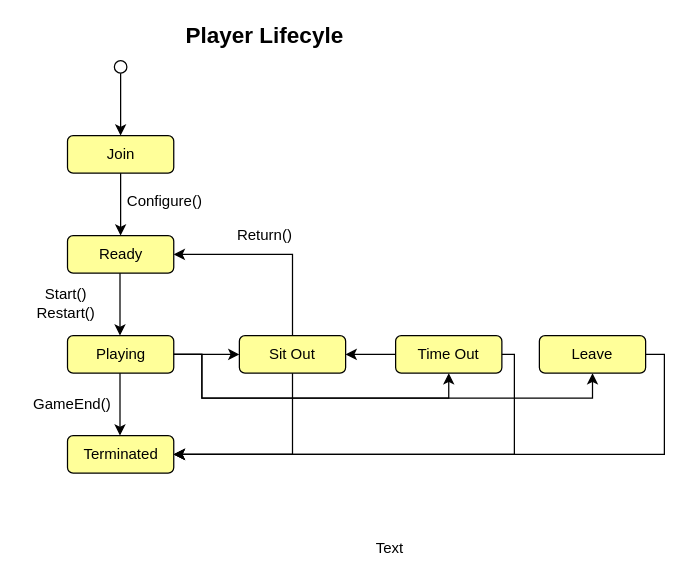
The draw.io diagram page "Player Lifecycle" (3 of 5) of diagrams/EntityLifcycle.drawio in moodaye/pokerIndia, before the edit. Source tidied: cells renumbered, new cells numbered last; positions are measured from the earlier drawing's top-left corner, leaving out a move shared by most shapes. Both pictures are drawn from the tidied source at 125%, with x=0, y=0 at pixel (21, 22).
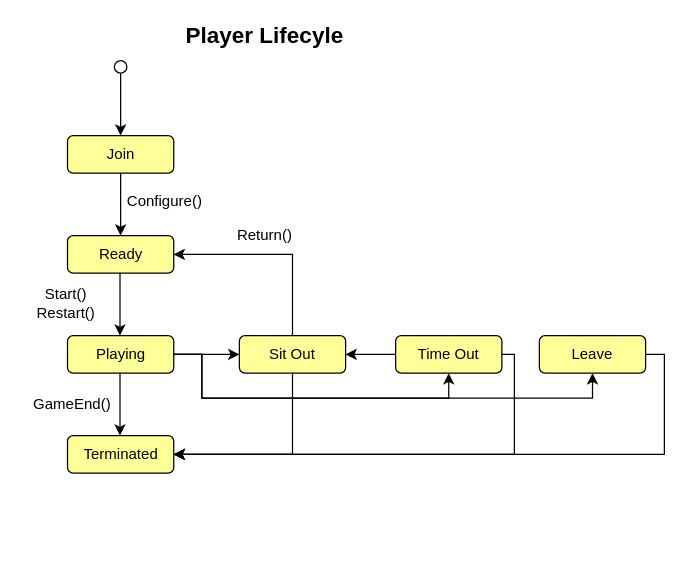
After the change.

The edit, as a diff of the source:
```diff
@@
-    <mxCell id="27" value="Text" style="text;html=1;align=center;verticalAlign=middle;" parent="1" vertex="1">
-      <mxGeometry x="274" y="410" width="40" height="20" as="geometry" />
-    </mxCell>
```
